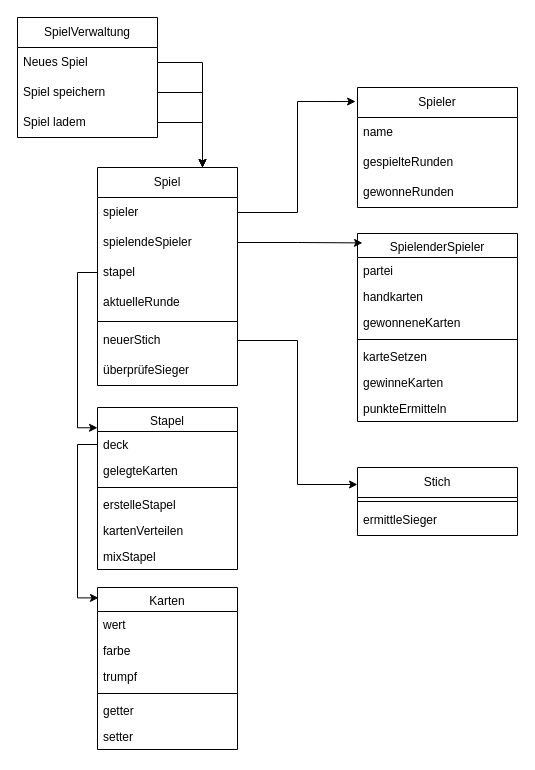
GuncraftaM1P/hwr-oop-skat-gruppe2 keeps this draw.io diagram as Struktur.drawio. Above is the earlier version. Source tidied: cells renumbered, new cells numbered last; positions are measured from the earlier drawing's top-left corner, leaving out a move shared by most shapes. Both pictures are drawn from the tidied source at 100%, with x=0, y=0 at pixel (17, 17).
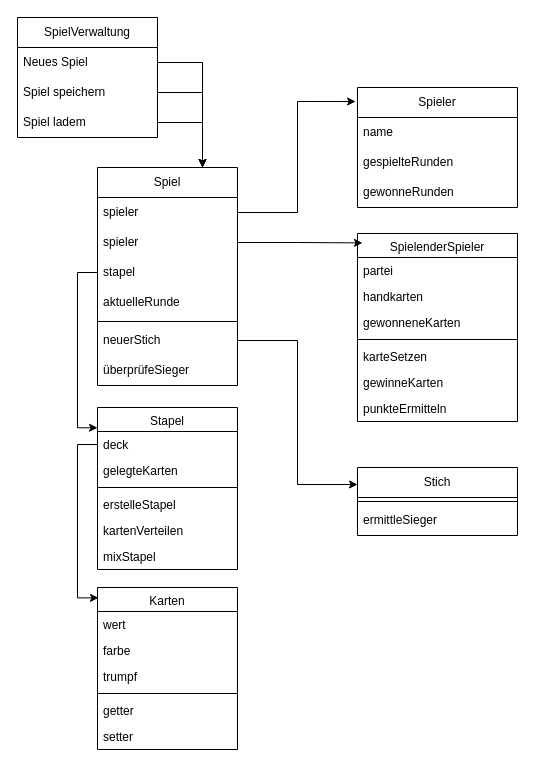
The same diagram, later.

Commit message (it also covers changes not shown here):
Refactor SpielendeSpieler -> Spieler

The change refers to these unchanged cells:
```xml
<mxCell id="28" value="Spiel" style="swimlane;fontStyle=0;horizontal=1;startSize=30;whiteSpace=wrap;html=1;" parent="1" vertex="1">
  <mxGeometry x="80" y="150" width="140" height="218" as="geometry" />
</mxCell>
```

Diff of the diagram source:
```diff
@@
-    <mxCell id="30" value="&lt;div&gt;spielendeSpieler&lt;/div&gt;" style="text;strokeColor=none;fillColor=none;align=left;verticalAlign=middle;spacingLeft=4;spacingRight=4;overflow=hidden;points=[[0,0.5],[1,0.5]];portConstraint=eastwest;whiteSpace=wrap;html=1;" parent="28" vertex="1">
+    <mxCell id="30" value="&lt;div&gt;spieler&lt;/div&gt;" style="text;strokeColor=none;fillColor=none;align=left;verticalAlign=middle;spacingLeft=4;spacingRight=4;overflow=hidden;points=[[0,0.5],[1,0.5]];portConstraint=eastwest;whiteSpace=wrap;html=1;" parent="28" vertex="1">
       <mxGeometry y="60" width="140" height="30" as="geometry" />
     </mxCell>
```
